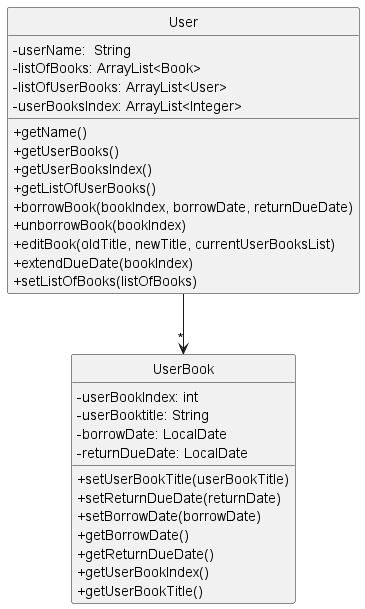
This is docs/images/UserComponentClassDiagram.png from kirangeofran/tp, a PlantUML export, as it was before one commit.
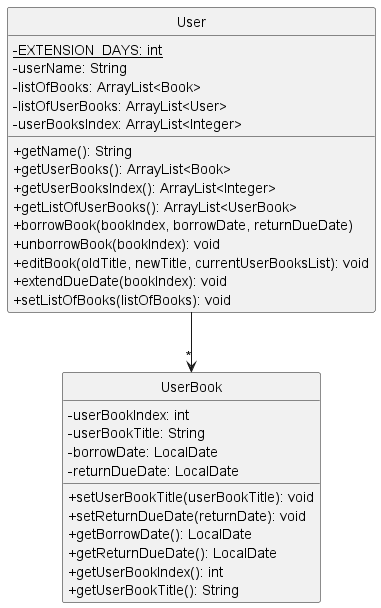
The same file after the commit.

Commit message:
Fix User Component Class Diagram

Change to the diagram source:
```diff
@@ -5,33 +5,33 @@
 skinparam classAttributeIconSize 0
 
 Class User {
-    - userName:  String
+    - {static} EXTENSION_DAYS: int
+    - userName: String
     - listOfBooks: ArrayList<Book>
     - listOfUserBooks: ArrayList<User>
     - userBooksIndex: ArrayList<Integer>
-    + getName()
-    + getUserBooks()
-    + getUserBooksIndex()
-    + getListOfUserBooks()
+    + getName(): String
+    + getUserBooks(): ArrayList<Book>
+    + getUserBooksIndex(): ArrayList<Integer>
+    + getListOfUserBooks(): ArrayList<UserBook>
     + borrowBook(bookIndex, borrowDate, returnDueDate)
-    + unborrowBook(bookIndex)
-    + editBook(oldTitle, newTitle, currentUserBooksList)
-    + extendDueDate(bookIndex)
-   + setListOfBooks(listOfBooks)
+    + unborrowBook(bookIndex): void
+    + editBook(oldTitle, newTitle, currentUserBooksList): void
+    + extendDueDate(bookIndex): void
+    + setListOfBooks(listOfBooks): void
 }
 
 Class UserBook {
     - userBookIndex: int
-    - userBooktitle: String
+    - userBookTitle: String
     - borrowDate: LocalDate
     - returnDueDate: LocalDate
-    + setUserBookTitle(userBookTitle)
-    + setReturnDueDate(returnDate)
-    + setBorrowDate(borrowDate)
-    + getBorrowDate()
-    + getReturnDueDate()
-    + getUserBookIndex()
-    + getUserBookTitle()
+    + setUserBookTitle(userBookTitle): void
+    + setReturnDueDate(returnDate): void
+    + getBorrowDate(): LocalDate
+    + getReturnDueDate(): LocalDate
+    + getUserBookIndex(): int
+    + getUserBookTitle(): String
 }
 
 User --> "*" UserBook
```
